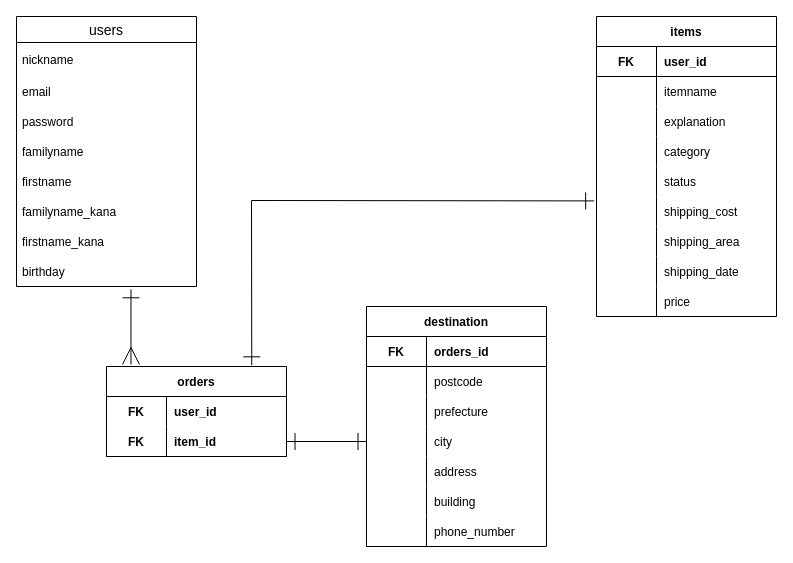
The draw.io diagram ER.dio in mura2024/furima-39368, before the edit. Source tidied: cells renumbered, new cells numbered last; positions are measured from the earlier drawing's top-left corner, leaving out a move shared by most shapes. Both pictures are drawn from the tidied source at 100%, with x=0, y=0 at pixel (16, 16).
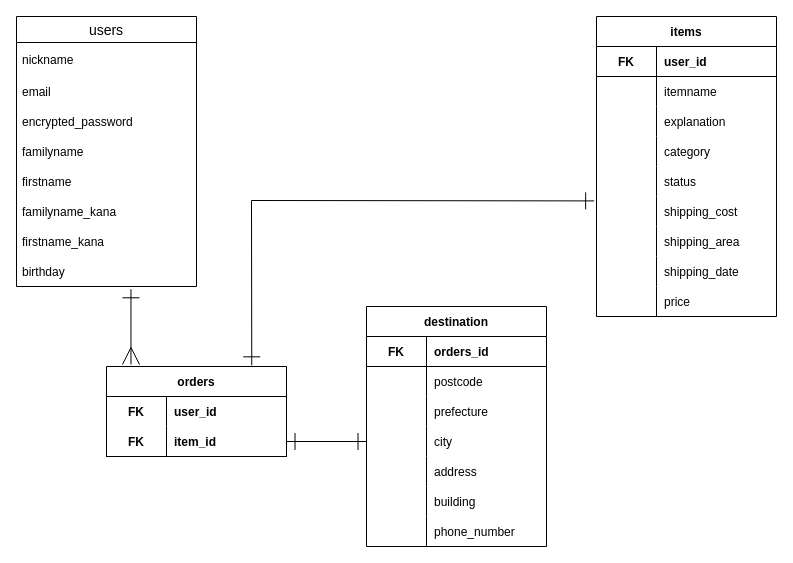
Above is the later version.

Unchanged cells that the change refers to:
```xml
<mxCell id="37" value="users" style="swimlane;fontStyle=0;horizontal=1;startSize=26;align=center;fontSize=14;verticalAlign=middle;" parent="1" vertex="1">
  <mxGeometry width="180" height="270" as="geometry" />
</mxCell>
```

Diff of the diagram source:
```diff
@@
-    <mxCell id="40" value="password" style="text;strokeColor=none;fillColor=none;spacingLeft=4;spacingRight=4;overflow=hidden;fontSize=12;verticalAlign=middle;" parent="37" vertex="1">
+    <mxCell id="40" value="encrypted_password" style="text;strokeColor=none;fillColor=none;spacingLeft=4;spacingRight=4;overflow=hidden;fontSize=12;verticalAlign=middle;" parent="37" vertex="1">
       <mxGeometry y="90" width="180" height="30" as="geometry" />
     </mxCell>
```
